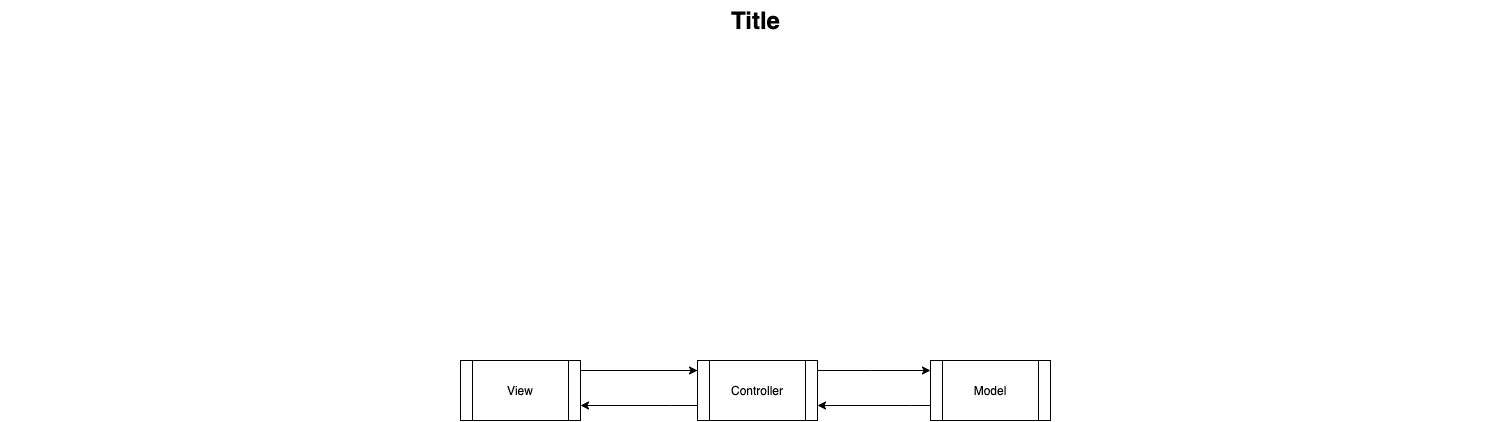
Earlier version of the draw.io export assets/diagram-colaboracao.png (LucasCFM/MVC-Prototype). Source tidied: cells renumbered, new cells last; positions are measured from the earlier drawing's top-left corner, leaving out a move shared by most shapes. Its diagram source:
```xml
<mxGraphModel>
  <root>
    <mxCell id="0" style="html=1;" />
    <mxCell id="1" style="html=1;" parent="0" />
    <mxCell id="2" value="Title" style="text;strokeColor=none;fillColor=none;html=1;fontSize=24;fontStyle=1;verticalAlign=middle;align=center;" parent="1" vertex="1">
      <mxGeometry width="1510" height="40" as="geometry" />
    </mxCell>
    <mxCell id="3" style="edgeStyle=orthogonalEdgeStyle;rounded=0;jettySize=auto;html=1;" parent="1" edge="1" source="5" target="9">
      <mxGeometry relative="1" as="geometry">
        <Array as="points">
          <mxPoint x="870" y="370" />
          <mxPoint x="870" y="370" />
        </Array>
      </mxGeometry>
    </mxCell>
    <mxCell id="4" style="edgeStyle=orthogonalEdgeStyle;rounded=0;jettySize=auto;html=1;entryX=1;entryY=0.75;entryDx=0;entryDy=0;" parent="1" edge="1" source="5" target="7">
      <mxGeometry relative="1" as="geometry">
        <Array as="points">
          <mxPoint x="670" y="405" />
          <mxPoint x="670" y="405" />
        </Array>
      </mxGeometry>
    </mxCell>
    <mxCell id="5" value="Controller" style="shape=process;whiteSpace=wrap;html=1;backgroundOutline=1;" parent="1" vertex="1">
      <mxGeometry x="697" y="360" width="120" height="60" as="geometry" />
    </mxCell>
    <mxCell id="6" style="edgeStyle=orthogonalEdgeStyle;rounded=0;jettySize=auto;html=1;" parent="1" edge="1" source="7">
      <mxGeometry relative="1" as="geometry">
        <mxPoint x="697" y="370" as="targetPoint" />
        <Array as="points">
          <mxPoint x="697" y="370" />
        </Array>
      </mxGeometry>
    </mxCell>
    <mxCell id="7" value="View" style="shape=process;whiteSpace=wrap;html=1;backgroundOutline=1;" parent="1" vertex="1">
      <mxGeometry x="460" y="360" width="120" height="60" as="geometry" />
    </mxCell>
    <mxCell id="8" style="edgeStyle=orthogonalEdgeStyle;rounded=0;jettySize=auto;html=1;entryX=1;entryY=0.75;entryDx=0;entryDy=0;" parent="1" edge="1" source="9" target="5">
      <mxGeometry relative="1" as="geometry">
        <Array as="points">
          <mxPoint x="910" y="405" />
          <mxPoint x="910" y="405" />
        </Array>
      </mxGeometry>
    </mxCell>
    <mxCell id="9" value="Model" style="shape=process;whiteSpace=wrap;html=1;backgroundOutline=1;" parent="1" vertex="1">
      <mxGeometry x="930" y="360" width="120" height="60" as="geometry" />
    </mxCell>
  </root>
</mxGraphModel>
```
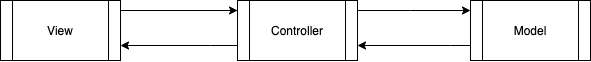
Above is the later version.

Commit message:
fix for colaboracao diagram asste

The edit, as a diff of the source:
```diff
@@ -2,9 +2,6 @@
   <root>
     <mxCell id="0" style="html=1;" />
     <mxCell id="1" style="html=1;" parent="0" />
-    <mxCell id="2" value="Title" style="text;strokeColor=none;fillColor=none;html=1;fontSize=24;fontStyle=1;verticalAlign=middle;align=center;" parent="1" vertex="1">
-      <mxGeometry width="1510" height="40" as="geometry" />
-    </mxCell>
     <mxCell id="3" style="edgeStyle=orthogonalEdgeStyle;rounded=0;jettySize=auto;html=1;" parent="1" edge="1" source="5" target="9">
       <mxGeometry relative="1" as="geometry">
         <Array as="points">
```
